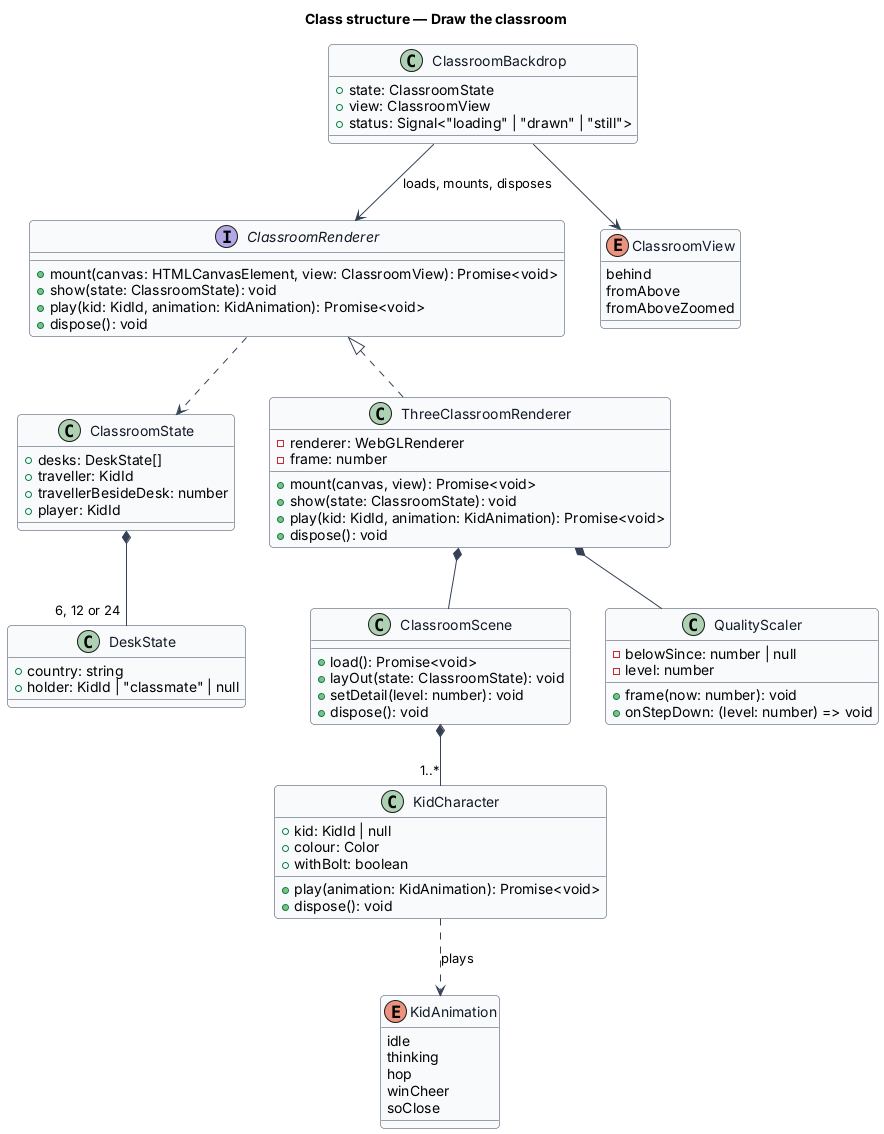
Above: docs/detailed-designs/classroom/draw-classroom/diagrams/class-structure.png in QuinntyneBrown/around-the-world (PlantUML), before the change. Its source is kept beside it as docs/detailed-designs/classroom/draw-classroom/diagrams/class-structure.puml.
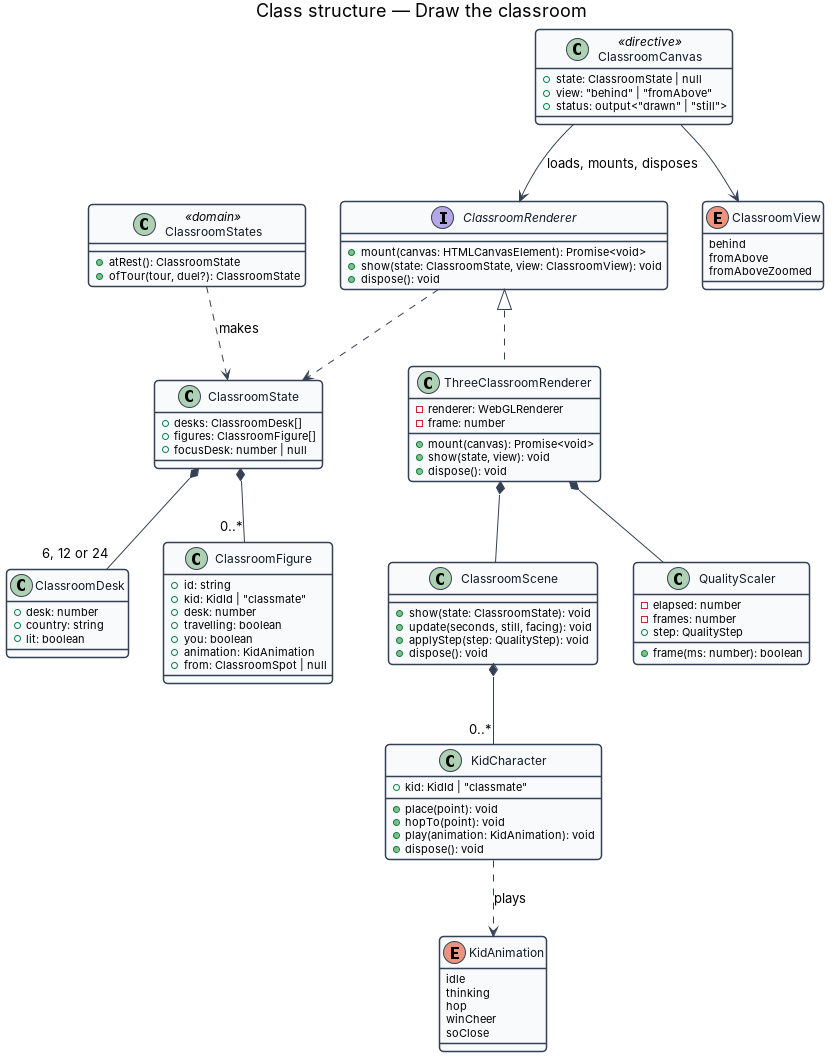
Later version of the same file.

Change to the diagram source:
```diff
@@ -12,9 +12,8 @@
 title Class structure — Draw the classroom
 
 interface ClassroomRenderer {
-  +mount(canvas: HTMLCanvasElement, view: ClassroomView): Promise<void>
-  +show(state: ClassroomState): void
-  +play(kid: KidId, animation: KidAnimation): Promise<void>
+  +mount(canvas: HTMLCanvasElement): Promise<void>
+  +show(state: ClassroomState, view: ClassroomView): void
   +dispose(): void
 }
 enum KidAnimation {
@@ -30,55 +29,69 @@
   fromAboveZoomed
 }
 class ClassroomState {
-  +desks: DeskState[]
-  +traveller: KidId
-  +travellerBesideDesk: number
-  +player: KidId
+  +desks: ClassroomDesk[]
+  +figures: ClassroomFigure[]
+  +focusDesk: number | null
 }
-class DeskState {
+class ClassroomDesk {
+  +desk: number
   +country: string
-  +holder: KidId | "classmate" | null
+  +lit: boolean
+}
+class ClassroomFigure {
+  +id: string
+  +kid: KidId | "classmate"
+  +desk: number
+  +travelling: boolean
+  +you: boolean
+  +animation: KidAnimation
+  +from: ClassroomSpot | null
 }
 class ThreeClassroomRenderer {
   -renderer: WebGLRenderer
   -frame: number
-  +mount(canvas, view): Promise<void>
-  +show(state: ClassroomState): void
-  +play(kid: KidId, animation: KidAnimation): Promise<void>
+  +mount(canvas): Promise<void>
+  +show(state, view): void
   +dispose(): void
 }
 class ClassroomScene {
-  +load(): Promise<void>
-  +layOut(state: ClassroomState): void
-  +setDetail(level: number): void
+  +show(state: ClassroomState): void
+  +update(seconds, still, facing): void
+  +applyStep(step: QualityStep): void
   +dispose(): void
 }
 class KidCharacter {
-  +kid: KidId | null
-  +colour: Color
-  +withBolt: boolean
-  +play(animation: KidAnimation): Promise<void>
+  +kid: KidId | "classmate"
+  +place(point): void
+  +hopTo(point): void
+  +play(animation: KidAnimation): void
   +dispose(): void
 }
 class QualityScaler {
-  -belowSince: number | null
-  -level: number
-  +frame(now: number): void
-  +onStepDown: (level: number) => void
+  -elapsed: number
+  -frames: number
+  +step: QualityStep
+  +frame(ms: number): boolean
 }
-class ClassroomBackdrop {
-  +state: ClassroomState
-  +view: ClassroomView
-  +status: Signal<"loading" | "drawn" | "still">
+class ClassroomCanvas <<directive>> {
+  +state: ClassroomState | null
+  +view: "behind" | "fromAbove"
+  +status: output<"drawn" | "still">
+}
+class ClassroomStates <<domain>> {
+  +atRest(): ClassroomState
+  +ofTour(tour, duel?): ClassroomState
 }
 
 ClassroomRenderer <|.. ThreeClassroomRenderer
-ClassroomBackdrop --> ClassroomRenderer : loads, mounts, disposes
+ClassroomCanvas --> ClassroomRenderer : loads, mounts, disposes
 ThreeClassroomRenderer *-- ClassroomScene
 ThreeClassroomRenderer *-- QualityScaler
-ClassroomScene *-- "1..*" KidCharacter
-ClassroomState *-- "6, 12 or 24" DeskState
+ClassroomScene *-- "0..*" KidCharacter
+ClassroomState *-- "6, 12 or 24" ClassroomDesk
+ClassroomState *-- "0..*" ClassroomFigure
+ClassroomStates ..> ClassroomState : makes
 ClassroomRenderer ..> ClassroomState
 KidCharacter ..> KidAnimation : plays
-ClassroomBackdrop --> ClassroomView
+ClassroomCanvas --> ClassroomView
 @enduml
```
